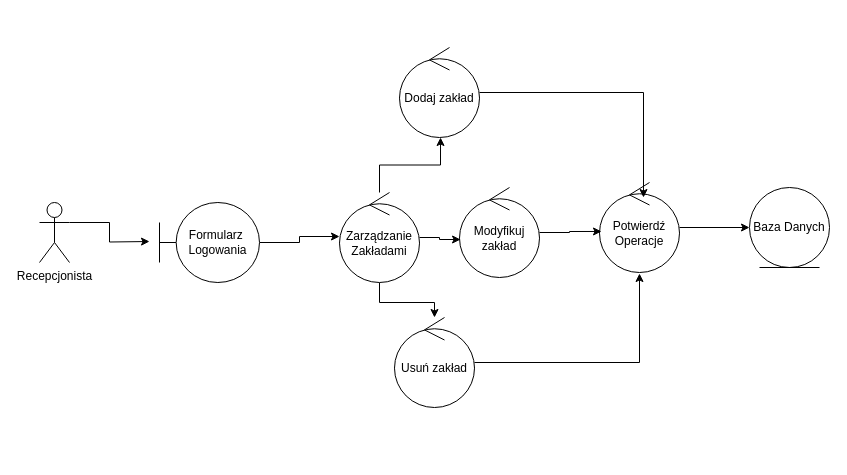
The draw.io diagram cw4/Zarządzanie_zakladami_bukm.drawio in TISharker/PSI_Projekt, before the edit. Source tidied: cells renumbered, new cells numbered last; positions are measured from the earlier drawing's top-left corner, leaving out a move shared by most shapes. Both pictures are drawn from the tidied source at 100%, with x=0, y=0 at pixel (39, 47).
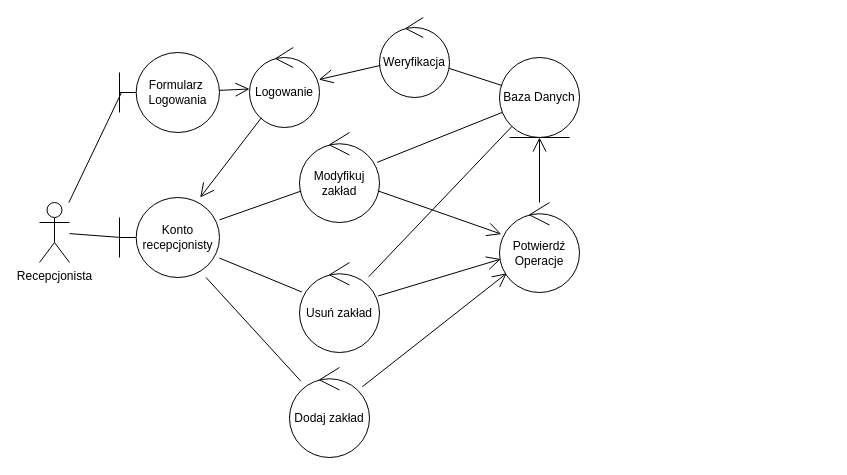
After the change.

Unchanged cells that the change refers to:
```xml
<mxCell id="2" value="Recepcjonista" style="shape=umlActor;verticalLabelPosition=bottom;verticalAlign=top;html=1;outlineConnect=0;" parent="1" vertex="1">
  <mxGeometry y="155" width="30" height="60" as="geometry" />
</mxCell>
```

Diff of the diagram source:
```diff
@@
-    <mxCell id="3" style="edgeStyle=orthogonalEdgeStyle;rounded=0;jettySize=auto;html=1;entryX=0;entryY=0.489;entryDx=0;entryDy=0;entryPerimeter=0;" parent="1" edge="1" source="4" target="6">
-      <mxGeometry relative="1" as="geometry" />
-    </mxCell>
     <mxCell id="4" value="Formularz&amp;nbsp;&lt;div&gt;Logowania&lt;/div&gt;" style="shape=umlBoundary;whiteSpace=wrap;html=1;" parent="1" vertex="1">
-      <mxGeometry x="120" y="155" width="100" height="80" as="geometry" />
+      <mxGeometry x="80" y="5" width="100" height="80" as="geometry" />
     </mxCell>
-    <mxCell id="5" style="edgeStyle=orthogonalEdgeStyle;rounded=0;jettySize=auto;html=1;" parent="1" edge="1" source="6" target="9">
-      <mxGeometry relative="1" as="geometry" />
-    </mxCell>
-    <mxCell id="6" value="Zarządzanie&lt;div&gt;Zakładami&lt;/div&gt;" style="ellipse;shape=umlControl;whiteSpace=wrap;html=1;" parent="1" vertex="1">
-      <mxGeometry x="300" y="145" width="80" height="90" as="geometry" />
-    </mxCell>
-    <mxCell id="7" style="edgeStyle=orthogonalEdgeStyle;rounded=0;jettySize=auto;html=1;exitX=1;exitY=0.3333333333333333;exitDx=0;exitDy=0;exitPerimeter=0;" parent="1" edge="1" source="2">
-      <mxGeometry relative="1" as="geometry">
-        <mxPoint x="110" y="194" as="targetPoint" />
-      </mxGeometry>
-    </mxCell>
     <mxCell id="8" value="Baza Danych" style="ellipse;shape=umlEntity;whiteSpace=wrap;html=1;" parent="1" vertex="1">
-      <mxGeometry x="710" y="140" width="80" height="80" as="geometry" />
+      <mxGeometry x="460" y="10" width="80" height="80" as="geometry" />
     </mxCell>
     <mxCell id="9" value="Usuń zakład" style="ellipse;shape=umlControl;whiteSpace=wrap;html=1;" parent="1" vertex="1">
-      <mxGeometry x="355" y="270" width="80" height="90" as="geometry" />
+      <mxGeometry x="260" y="215" width="80" height="90" as="geometry" />
     </mxCell>
     <mxCell id="10" value="Dodaj zakład" style="ellipse;shape=umlControl;whiteSpace=wrap;html=1;" parent="1" vertex="1">
-      <mxGeometry x="360" width="80" height="90" as="geometry" />
+      <mxGeometry x="250" y="320" width="80" height="90" as="geometry" />
     </mxCell>
     <mxCell id="11" value="Modyfikuj zakład" style="ellipse;shape=umlControl;whiteSpace=wrap;html=1;" parent="1" vertex="1">
-      <mxGeometry x="420" y="140" width="80" height="90" as="geometry" />
+      <mxGeometry x="260" y="85" width="80" height="90" as="geometry" />
     </mxCell>
-    <mxCell id="12" style="edgeStyle=orthogonalEdgeStyle;rounded=0;jettySize=auto;html=1;entryX=0.013;entryY=0.578;entryDx=0;entryDy=0;entryPerimeter=0;" parent="1" edge="1" source="6" target="11">
-      <mxGeometry relative="1" as="geometry" />
-    </mxCell>
-    <mxCell id="13" style="edgeStyle=orthogonalEdgeStyle;rounded=0;jettySize=auto;html=1;entryX=0.513;entryY=1;entryDx=0;entryDy=0;entryPerimeter=0;" parent="1" edge="1" source="6" target="10">
-      <mxGeometry relative="1" as="geometry" />
-    </mxCell>
+    <mxCell id="15" value="Potwierdź&lt;div&gt;Operacje&lt;/div&gt;" style="ellipse;shape=umlControl;whiteSpace=wrap;html=1;" parent="1" vertex="1">
+      <mxGeometry x="460" y="155" width="80" height="90" as="geometry" />
+    </mxCell>
+    <mxCell id="19" style="endArrow=none;html=1;rounded=0;entryX=0.02;entryY=0.5;entryDx=0;entryDy=0;entryPerimeter=0;" parent="1" edge="1" source="2" target="4">
+      <mxGeometry relative="1" as="geometry" />
+    </mxCell>
+    <mxCell id="20" value="Logowanie" style="ellipse;shape=umlControl;whiteSpace=wrap;html=1;" parent="1" vertex="1">
+      <mxGeometry x="210" width="70" height="80" as="geometry" />
+    </mxCell>
+    <mxCell id="21" style="endArrow=open;endFill=1;endSize=12;html=1;rounded=0;" parent="1" edge="1" source="4" target="20">
+      <mxGeometry relative="1" as="geometry" />
+    </mxCell>
+    <mxCell id="22" value="Konto recepcjonisty" style="shape=umlBoundary;whiteSpace=wrap;html=1;" parent="1" vertex="1">
+      <mxGeometry x="80" y="150" width="100" height="80" as="geometry" />
+    </mxCell>
+    <mxCell id="23" style="endArrow=none;html=1;rounded=0;entryX=0.02;entryY=0.5;entryDx=0;entryDy=0;entryPerimeter=0;" parent="1" edge="1" source="2" target="22">
+      <mxGeometry relative="1" as="geometry" />
+    </mxCell>
+    <mxCell id="24" style="endArrow=open;endFill=1;endSize=12;html=1;rounded=0;" parent="1" edge="1" source="20" target="22">
+      <mxGeometry relative="1" as="geometry" />
+    </mxCell>
+    <mxCell id="25" style="endArrow=none;html=1;rounded=0;" parent="1" edge="1" source="22" target="10">
+      <mxGeometry relative="1" as="geometry" />
+    </mxCell>
+    <mxCell id="26" style="endArrow=none;html=1;rounded=0;" parent="1" edge="1" source="22" target="11">
+      <mxGeometry relative="1" as="geometry" />
+    </mxCell>
+    <mxCell id="27" style="endArrow=none;html=1;rounded=0;" parent="1" edge="1" source="22" target="9">
+      <mxGeometry relative="1" as="geometry" />
+    </mxCell>
+    <mxCell id="17" style="endArrow=open;endFill=1;endSize=12;html=1;rounded=0;" parent="1" edge="1" source="10" target="15">
+      <mxGeometry relative="1" as="geometry" />
+    </mxCell>
+    <mxCell id="16" style="endArrow=open;endFill=1;endSize=12;html=1;rounded=0;" parent="1" edge="1" source="11" target="15">
+      <mxGeometry relative="1" as="geometry" />
+    </mxCell>
+    <mxCell id="18" style="endArrow=open;endFill=1;endSize=12;html=1;rounded=0;" parent="1" edge="1" source="9" target="15">
+      <mxGeometry relative="1" as="geometry" />
+    </mxCell>
-    <mxCell id="14" style="edgeStyle=orthogonalEdgeStyle;rounded=0;jettySize=auto;html=1;entryX=0;entryY=0.5;entryDx=0;entryDy=0;" parent="1" edge="1" source="15" target="8">
+    <mxCell id="14" style="endArrow=open;endFill=1;endSize=12;html=1;rounded=0;" parent="1" edge="1" source="15" target="8">
       <mxGeometry relative="1" as="geometry" />
     </mxCell>
-    <mxCell id="15" value="Potwierdź&lt;div&gt;Operacje&lt;/div&gt;" style="ellipse;shape=umlControl;whiteSpace=wrap;html=1;" parent="1" vertex="1">
-      <mxGeometry x="560" y="135" width="80" height="90" as="geometry" />
-    </mxCell>
-    <mxCell id="16" style="edgeStyle=orthogonalEdgeStyle;rounded=0;jettySize=auto;html=1;entryX=0.025;entryY=0.544;entryDx=0;entryDy=0;entryPerimeter=0;" parent="1" edge="1" source="11" target="15">
-      <mxGeometry relative="1" as="geometry" />
-    </mxCell>
-    <mxCell id="17" style="edgeStyle=orthogonalEdgeStyle;rounded=0;jettySize=auto;html=1;entryX=0.55;entryY=0.167;entryDx=0;entryDy=0;entryPerimeter=0;" parent="1" edge="1" source="10" target="15">
-      <mxGeometry relative="1" as="geometry" />
-    </mxCell>
-    <mxCell id="18" style="edgeStyle=orthogonalEdgeStyle;rounded=0;jettySize=auto;html=1;entryX=0.5;entryY=1.011;entryDx=0;entryDy=0;entryPerimeter=0;" parent="1" edge="1" source="9" target="15">
-      <mxGeometry relative="1" as="geometry" />
-    </mxCell>
+    <mxCell id="28" style="endArrow=none;html=1;rounded=0;" parent="1" edge="1" source="11" target="8">
+      <mxGeometry relative="1" as="geometry" />
+    </mxCell>
+    <mxCell id="29" style="endArrow=none;html=1;rounded=0;" parent="1" edge="1" source="9" target="8">
+      <mxGeometry relative="1" as="geometry" />
+    </mxCell>
+    <mxCell id="30" style="endArrow=none;html=1;rounded=0;" parent="1" edge="1" source="31" target="8">
+      <mxGeometry relative="1" as="geometry" />
+    </mxCell>
+    <mxCell id="31" value="Weryfikacja" style="ellipse;shape=umlControl;whiteSpace=wrap;html=1;" parent="1" vertex="1">
+      <mxGeometry x="340" y="-30" width="70" height="80" as="geometry" />
+    </mxCell>
+    <mxCell id="32" style="endArrow=open;endFill=1;endSize=12;html=1;rounded=0;" parent="1" edge="1" source="31" target="20">
+      <mxGeometry relative="1" as="geometry" />
+    </mxCell>
```
